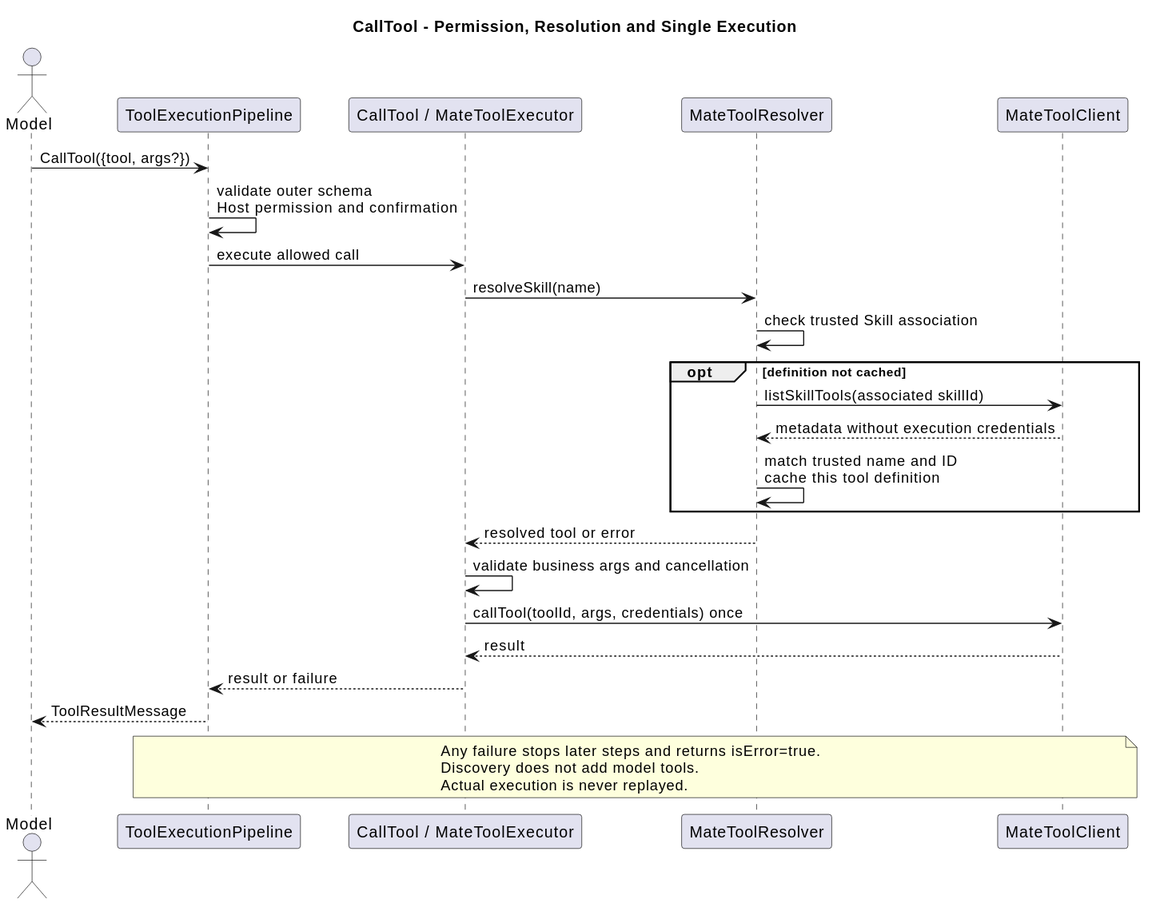
Above: docs/designs/tool-system-v2/mate_call_refresh.svg in 2862282695gjh-afk/pi-mono-java (PlantUML), before the change.
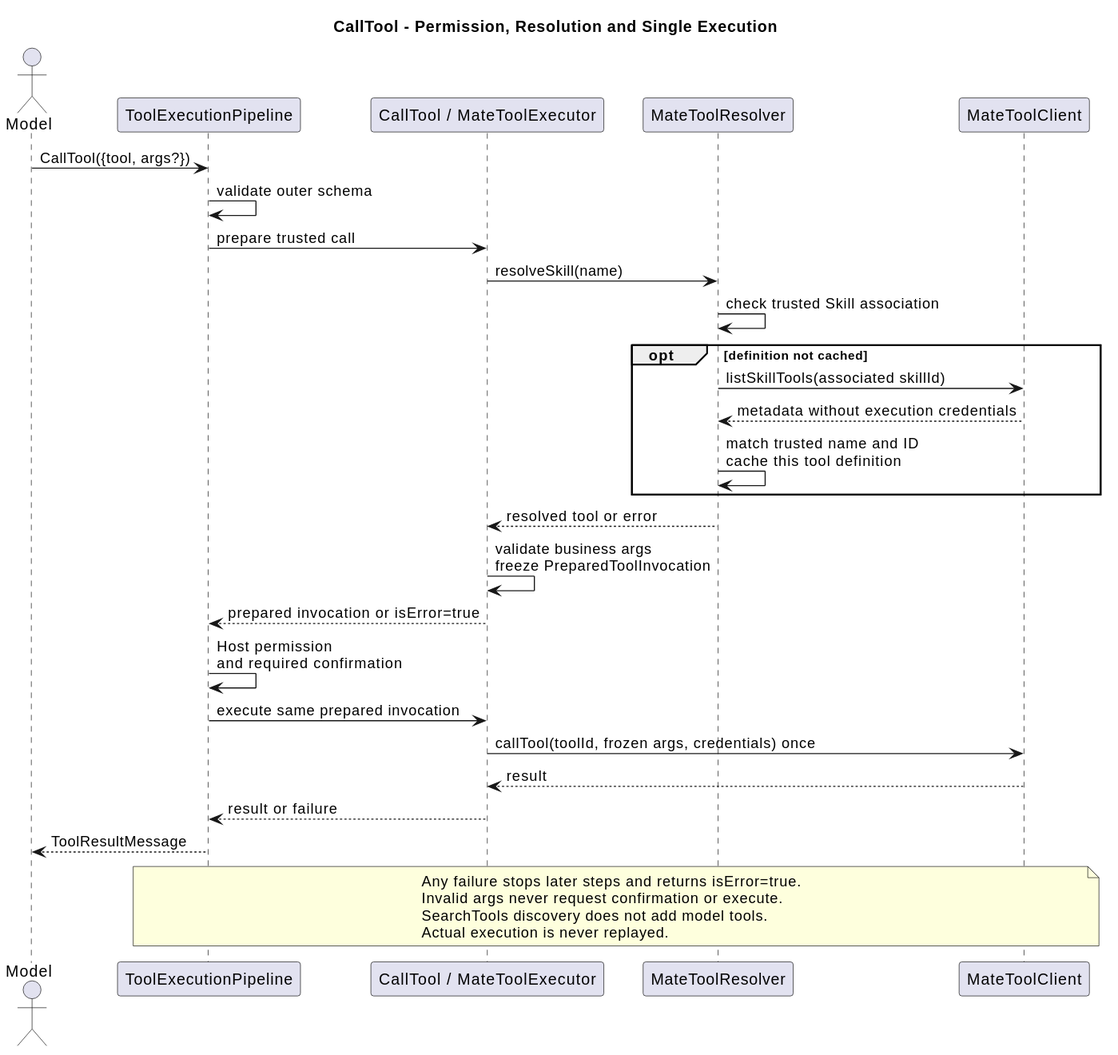
The same diagram one commit later.

What changed in the source:
```diff
@@ -9,8 +9,8 @@
 participant "MateToolClient" as Mate
 
 Model -> Pipeline : CallTool({tool, args?})
-Pipeline -> Pipeline : validate outer schema\nHost permission and confirmation
-Pipeline -> Call : execute allowed call
+Pipeline -> Pipeline : validate outer schema
+Pipeline -> Call : prepare trusted call
 Call -> Resolver : resolveSkill(name)
 Resolver -> Resolver : check trusted Skill association
 opt definition not cached
@@ -19,14 +19,18 @@
   Resolver -> Resolver : match trusted name and ID\ncache this tool definition
 end
 Resolver --> Call : resolved tool or error
-Call -> Call : validate business args and cancellation
-Call -> Mate : callTool(toolId, args, credentials) once
+Call -> Call : validate business args\nfreeze PreparedToolInvocation
+Call --> Pipeline : prepared invocation or isError=true
+Pipeline -> Pipeline : Host permission\nand required confirmation
+Pipeline -> Call : execute same prepared invocation
+Call -> Mate : callTool(toolId, frozen args, credentials) once
 Mate --> Call : result
 Call --> Pipeline : result or failure
 Pipeline --> Model : ToolResultMessage
 note over Pipeline,Mate
   Any failure stops later steps and returns isError=true.
-  Discovery does not add model tools.
+  Invalid args never request confirmation or execute.
+  SearchTools discovery does not add model tools.
   Actual execution is never replayed.
 end note
 @enduml
```
